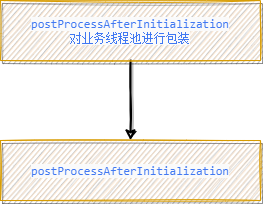
Above: 未命名绘图.drawio.png in shining-stars-lk/img (draw.io), before the change. Source tidied: cells renumbered, new cells last; positions are measured from the earlier drawing's top-left corner, leaving out a move shared by most shapes.
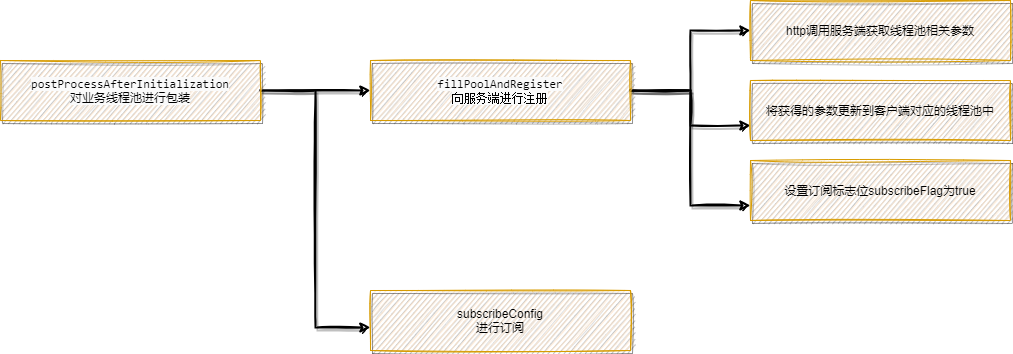
After the change.

Commit message:
更新未命名绘图.drawio.png

Diff of the diagram source:
```diff
@@ -2,14 +2,38 @@
   <root>
     <mxCell id="0" />
     <mxCell id="1" parent="0" />
-    <mxCell id="2" style="edgeStyle=orthogonalEdgeStyle;rounded=0;jettySize=auto;html=1;exitX=0.5;exitY=1;exitDx=0;exitDy=0;shadow=1;sketch=1;strokeWidth=2;" parent="1" edge="1" source="3" target="4">
+    <mxCell id="2" style="edgeStyle=orthogonalEdgeStyle;rounded=0;sketch=1;jettySize=auto;html=1;exitX=1;exitY=0.5;exitDx=0;exitDy=0;shadow=1;strokeWidth=2;fontSize=13;fontColor=#000000;" parent="1" edge="1" source="3" target="4">
       <mxGeometry relative="1" as="geometry" />
     </mxCell>
+    <mxCell id="5" style="edgeStyle=orthogonalEdgeStyle;rounded=0;sketch=1;jettySize=auto;html=1;exitX=1;exitY=0.5;exitDx=0;exitDy=0;entryX=0;entryY=0.617;entryDx=0;entryDy=0;entryPerimeter=0;shadow=1;strokeWidth=2;fontSize=13;fontColor=#000000;" parent="1" edge="1" source="3" target="9">
+      <mxGeometry relative="1" as="geometry" />
+    </mxCell>
-    <mxCell id="3" value="&lt;span style=&quot;color: rgb(64, 120, 242); font-family: &amp;quot;Operator Mono&amp;quot;, Consolas, Monaco, Menlo, monospace; text-align: left; background-color: rgb(250, 250, 250);&quot;&gt;postProcessAfterInitialization&lt;br&gt;对业务线程池进行包装&lt;br&gt;&lt;/span&gt;" style="rounded=0;whiteSpace=wrap;html=1;shadow=1;glass=0;sketch=1;fillColor=#ffe6cc;strokeColor=#d79b00;" parent="1" vertex="1">
-      <mxGeometry width="260" height="60" as="geometry" />
+    <mxCell id="3" value="&lt;span style=&quot;text-align: left; background-color: rgb(250, 250, 250);&quot;&gt;&lt;font face=&quot;Operator Mono, Consolas, Monaco, Menlo, monospace&quot;&gt;postProcessAfterInitialization&lt;br&gt;&lt;/font&gt;对业务线程池进行包装&lt;br&gt;&lt;/span&gt;" style="rounded=0;whiteSpace=wrap;html=1;shadow=1;glass=0;sketch=1;fillColor=#ffe6cc;strokeColor=#d79b00;" parent="1" vertex="1">
+      <mxGeometry x="-430" y="50" width="260" height="60" as="geometry" />
     </mxCell>
+    <mxCell id="6" style="edgeStyle=orthogonalEdgeStyle;rounded=0;sketch=1;jettySize=auto;html=1;exitX=1;exitY=0.5;exitDx=0;exitDy=0;shadow=1;strokeWidth=2;fontSize=13;fontColor=#000000;" parent="1" edge="1" source="4" target="10">
+      <mxGeometry relative="1" as="geometry" />
+    </mxCell>
+    <mxCell id="7" style="edgeStyle=orthogonalEdgeStyle;rounded=0;sketch=1;jettySize=auto;html=1;exitX=1;exitY=0.5;exitDx=0;exitDy=0;entryX=0;entryY=0.75;entryDx=0;entryDy=0;shadow=1;strokeWidth=2;fontSize=13;fontColor=#000000;" parent="1" edge="1" source="4" target="11">
+      <mxGeometry relative="1" as="geometry" />
+    </mxCell>
+    <mxCell id="8" style="edgeStyle=orthogonalEdgeStyle;rounded=0;sketch=1;jettySize=auto;html=1;exitX=1;exitY=0.5;exitDx=0;exitDy=0;entryX=0;entryY=0.75;entryDx=0;entryDy=0;shadow=1;strokeWidth=2;fontSize=13;fontColor=#000000;" parent="1" edge="1" source="4" target="12">
+      <mxGeometry relative="1" as="geometry" />
+    </mxCell>
-    <mxCell id="4" value="&lt;span style=&quot;color: rgb(64, 120, 242); font-family: &amp;quot;Operator Mono&amp;quot;, Consolas, Monaco, Menlo, monospace; text-align: left; background-color: rgb(250, 250, 250);&quot;&gt;postProcessAfterInitialization&lt;/span&gt;" style="rounded=0;whiteSpace=wrap;html=1;shadow=1;glass=0;sketch=1;fillColor=#ffe6cc;strokeColor=#d79b00;" parent="1" vertex="1">
-      <mxGeometry y="140" width="260" height="60" as="geometry" />
+    <mxCell id="4" value="&lt;div style=&quot;text-align: left;&quot;&gt;&lt;font face=&quot;Operator Mono, Consolas, Monaco, Menlo, monospace&quot;&gt;&lt;span style=&quot;background-color: rgb(250, 250, 250);&quot;&gt;fillPoolAndRegister&lt;/span&gt;&lt;/font&gt;&lt;/div&gt;&lt;div style=&quot;&quot;&gt;&lt;font face=&quot;Operator Mono, Consolas, Monaco, Menlo, monospace&quot;&gt;&lt;span style=&quot;background-color: rgb(250, 250, 250);&quot;&gt;向服务端进行注册&lt;/span&gt;&lt;/font&gt;&lt;/div&gt;" style="rounded=0;whiteSpace=wrap;html=1;shadow=1;glass=0;sketch=1;fillColor=#ffe6cc;strokeColor=#d79b00;" parent="1" vertex="1">
+      <mxGeometry x="-60" y="50" width="260" height="60" as="geometry" />
     </mxCell>
+    <mxCell id="9" value="&lt;div style=&quot;text-align: left;&quot;&gt;subscribeConfig&lt;br&gt;&lt;/div&gt;&lt;div style=&quot;&quot;&gt;进行订阅&lt;/div&gt;" style="rounded=0;whiteSpace=wrap;html=1;shadow=1;glass=0;sketch=1;fillColor=#ffe6cc;strokeColor=#d79b00;" parent="1" vertex="1">
+      <mxGeometry x="-60" y="280" width="260" height="60" as="geometry" />
+    </mxCell>
+    <mxCell id="10" value="&lt;div style=&quot;text-align: left;&quot;&gt;http调用服务端获取线程池相关参数&lt;/div&gt;" style="rounded=0;whiteSpace=wrap;html=1;shadow=1;glass=0;sketch=1;fillColor=#ffe6cc;strokeColor=#d79b00;" parent="1" vertex="1">
+      <mxGeometry x="320" y="-10" width="260" height="60" as="geometry" />
+    </mxCell>
+    <mxCell id="11" value="&lt;div style=&quot;text-align: left;&quot;&gt;将获得的参数更新到客户端对应的线程池中&lt;/div&gt;" style="rounded=0;whiteSpace=wrap;html=1;shadow=1;glass=0;sketch=1;fillColor=#ffe6cc;strokeColor=#d79b00;" parent="1" vertex="1">
+      <mxGeometry x="320" y="70" width="260" height="60" as="geometry" />
+    </mxCell>
+    <mxCell id="12" value="&lt;div style=&quot;text-align: left;&quot;&gt;设置订阅标志位subscribeFlag为true&lt;/div&gt;" style="rounded=0;whiteSpace=wrap;html=1;shadow=1;glass=0;sketch=1;fillColor=#ffe6cc;strokeColor=#d79b00;" parent="1" vertex="1">
+      <mxGeometry x="320" y="150" width="260" height="60" as="geometry" />
+    </mxCell>
   </root>
 </mxGraphModel>
```
